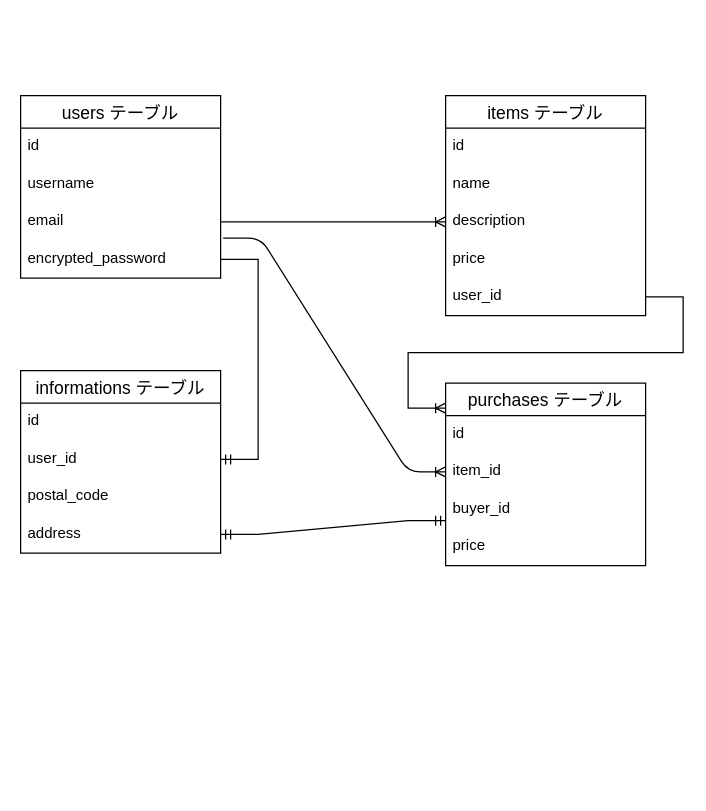
Above: er.dio in kjtkkjtk/furima-39521 (draw.io), before the change. Source tidied: cells renumbered, new cells numbered last; positions are measured from the earlier drawing's top-left corner, leaving out a move shared by most shapes. Both pictures are drawn from the tidied source at 125%, with x=0, y=0 at pixel (20, 95).
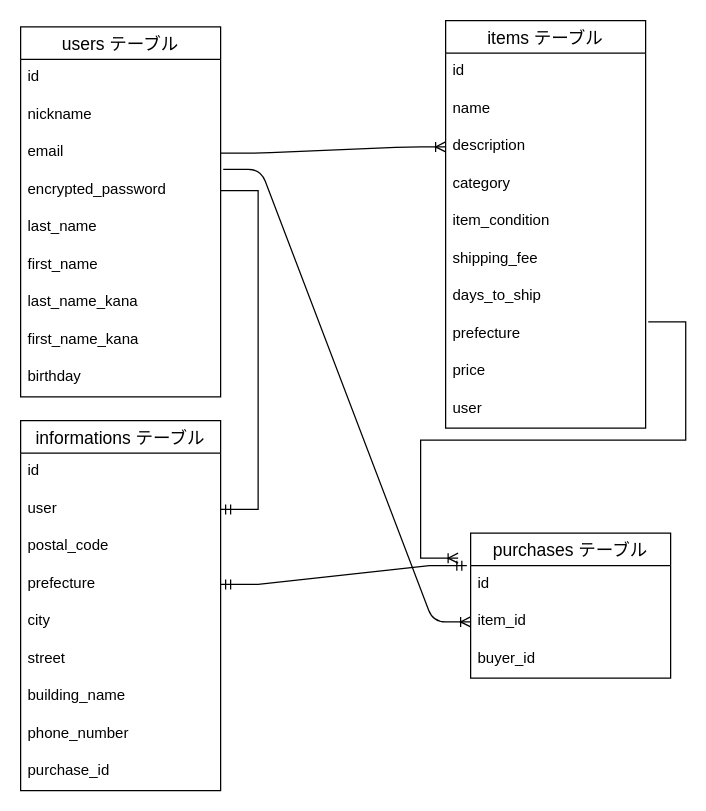
The same diagram, later.

Commit message (it also covers changes not shown here):
データベース設計の修正

Unchanged cells that the change refers to:
```xml
<mxCell id="15" value="id" style="text;strokeColor=none;fillColor=none;spacingLeft=4;spacingRight=4;overflow=hidden;points=[[0,0.5],[1,0.5]];portConstraint=eastwest;fontSize=12;" parent="14" vertex="1">
  <mxGeometry y="26" width="160" height="30" as="geometry" />
</mxCell>
```

Diff of the diagram source:
```diff
@@
     <mxCell id="2" value="users テーブル" style="swimlane;fontStyle=0;horizontal=1;startSize=26;align=center;fontSize=14;" parent="1" vertex="1">
-      <mxGeometry width="160" height="146" as="geometry" />
+      <mxGeometry y="-55" width="160" height="296" as="geometry" />
     </mxCell>
@@
-    <mxCell id="4" value="username" style="text;strokeColor=none;fillColor=none;spacingLeft=4;spacingRight=4;overflow=hidden;fontSize=12;" parent="2" vertex="1">
+    <mxCell id="4" value="nickname" style="text;strokeColor=none;fillColor=none;spacingLeft=4;spacingRight=4;overflow=hidden;fontSize=12;" parent="2" vertex="1">
       <mxGeometry y="56" width="160" height="30" as="geometry" />
     </mxCell>
@@
+    <mxCell id="28" value="last_name" style="text;strokeColor=none;fillColor=none;spacingLeft=4;spacingRight=4;overflow=hidden;fontSize=12;" parent="2" vertex="1">
+      <mxGeometry y="146" width="160" height="30" as="geometry" />
+    </mxCell>
+    <mxCell id="29" value="first_name" style="text;strokeColor=none;fillColor=none;spacingLeft=4;spacingRight=4;overflow=hidden;fontSize=12;" parent="2" vertex="1">
+      <mxGeometry y="176" width="160" height="30" as="geometry" />
+    </mxCell>
+    <mxCell id="30" value="last_name_kana" style="text;strokeColor=none;fillColor=none;spacingLeft=4;spacingRight=4;overflow=hidden;fontSize=12;" parent="2" vertex="1">
+      <mxGeometry y="206" width="160" height="30" as="geometry" />
+    </mxCell>
+    <mxCell id="31" value="first_name_kana" style="text;strokeColor=none;fillColor=none;spacingLeft=4;spacingRight=4;overflow=hidden;fontSize=12;" parent="2" vertex="1">
+      <mxGeometry y="236" width="160" height="30" as="geometry" />
+    </mxCell>
+    <mxCell id="32" value="birthday" style="text;strokeColor=none;fillColor=none;spacingLeft=4;spacingRight=4;overflow=hidden;fontSize=12;" parent="2" vertex="1">
+      <mxGeometry y="266" width="160" height="30" as="geometry" />
+    </mxCell>
@@
     <mxCell id="8" value="items テーブル" style="swimlane;fontStyle=0;horizontal=1;startSize=26;align=center;fontSize=14;" parent="1" vertex="1">
-      <mxGeometry x="340" width="160" height="176" as="geometry" />
+      <mxGeometry x="340" y="-60" width="160" height="326" as="geometry" />
     </mxCell>
@@
-    <mxCell id="12" value="price" style="text;strokeColor=none;fillColor=none;spacingLeft=4;spacingRight=4;overflow=hidden;fontSize=12;" parent="8" vertex="1">
+    <mxCell id="12" value="category" style="text;strokeColor=none;fillColor=none;spacingLeft=4;spacingRight=4;overflow=hidden;fontSize=12;" parent="8" vertex="1">
       <mxGeometry y="116" width="160" height="30" as="geometry" />
     </mxCell>
-    <mxCell id="13" value="user_id" style="text;strokeColor=none;fillColor=none;spacingLeft=4;spacingRight=4;overflow=hidden;points=[[0,0.5],[1,0.5]];portConstraint=eastwest;fontSize=12;" parent="8" vertex="1">
+    <mxCell id="13" value="item_condition" style="text;strokeColor=none;fillColor=none;spacingLeft=4;spacingRight=4;overflow=hidden;points=[[0,0.5],[1,0.5]];portConstraint=eastwest;fontSize=12;" parent="8" vertex="1">
       <mxGeometry y="146" width="160" height="30" as="geometry" />
     </mxCell>
+    <mxCell id="33" value="shipping_fee" style="text;strokeColor=none;fillColor=none;spacingLeft=4;spacingRight=4;overflow=hidden;fontSize=12;" parent="8" vertex="1">
+      <mxGeometry y="176" width="160" height="30" as="geometry" />
+    </mxCell>
+    <mxCell id="34" value="days_to_ship" style="text;strokeColor=none;fillColor=none;spacingLeft=4;spacingRight=4;overflow=hidden;fontSize=12;" parent="8" vertex="1">
+      <mxGeometry y="206" width="160" height="30" as="geometry" />
+    </mxCell>
+    <mxCell id="35" value="prefecture" style="text;strokeColor=none;fillColor=none;spacingLeft=4;spacingRight=4;overflow=hidden;points=[[0,0.5],[1,0.5]];portConstraint=eastwest;fontSize=12;" parent="8" vertex="1">
+      <mxGeometry y="236" width="160" height="30" as="geometry" />
+    </mxCell>
+    <mxCell id="18" value="price" style="text;strokeColor=none;fillColor=none;spacingLeft=4;spacingRight=4;overflow=hidden;fontSize=12;" parent="8" vertex="1">
+      <mxGeometry y="266" width="160" height="30" as="geometry" />
+    </mxCell>
+    <mxCell id="36" value="user" style="text;strokeColor=none;fillColor=none;spacingLeft=4;spacingRight=4;overflow=hidden;fontSize=12;" parent="8" vertex="1">
+      <mxGeometry y="296" width="160" height="30" as="geometry" />
+    </mxCell>
     <mxCell id="14" value="purchases テーブル" style="swimlane;fontStyle=0;horizontal=1;startSize=26;align=center;fontSize=14;" parent="1" vertex="1">
-      <mxGeometry x="340" y="230" width="160" height="146" as="geometry" />
+      <mxGeometry x="360" y="350" width="160" height="116" as="geometry" />
     </mxCell>
@@
-    <mxCell id="18" value="price" style="text;strokeColor=none;fillColor=none;spacingLeft=4;spacingRight=4;overflow=hidden;fontSize=12;" parent="14" vertex="1">
-      <mxGeometry y="116" width="160" height="30" as="geometry" />
-    </mxCell>
     <mxCell id="19" value="informations テーブル" style="swimlane;fontStyle=0;horizontal=1;startSize=26;align=center;fontSize=14;" parent="1" vertex="1">
-      <mxGeometry y="220" width="160" height="146" as="geometry" />
+      <mxGeometry y="260" width="160" height="296" as="geometry" />
     </mxCell>
@@
-    <mxCell id="21" value="user_id" style="text;strokeColor=none;fillColor=none;spacingLeft=4;spacingRight=4;overflow=hidden;points=[[0,0.5],[1,0.5]];portConstraint=eastwest;fontSize=12;" parent="19" vertex="1">
+    <mxCell id="21" value="user" style="text;strokeColor=none;fillColor=none;spacingLeft=4;spacingRight=4;overflow=hidden;points=[[0,0.5],[1,0.5]];portConstraint=eastwest;fontSize=12;" parent="19" vertex="1">
       <mxGeometry y="56" width="160" height="30" as="geometry" />
     </mxCell>
@@
-    <mxCell id="23" value="address" style="text;strokeColor=none;fillColor=none;spacingLeft=4;spacingRight=4;overflow=hidden;points=[[0,0.5],[1,0.5]];portConstraint=eastwest;fontSize=12;" parent="19" vertex="1">
+    <mxCell id="23" value="prefecture" style="text;strokeColor=none;fillColor=none;spacingLeft=4;spacingRight=4;overflow=hidden;points=[[0,0.5],[1,0.5]];portConstraint=eastwest;fontSize=12;" parent="19" vertex="1">
       <mxGeometry y="116" width="160" height="30" as="geometry" />
     </mxCell>
+    <mxCell id="37" value="city" style="text;strokeColor=none;fillColor=none;spacingLeft=4;spacingRight=4;overflow=hidden;fontSize=12;" parent="19" vertex="1">
+      <mxGeometry y="146" width="160" height="30" as="geometry" />
+    </mxCell>
+    <mxCell id="38" value="street" style="text;strokeColor=none;fillColor=none;spacingLeft=4;spacingRight=4;overflow=hidden;fontSize=12;" parent="19" vertex="1">
+      <mxGeometry y="176" width="160" height="30" as="geometry" />
+    </mxCell>
+    <mxCell id="39" value="building_name" style="text;strokeColor=none;fillColor=none;spacingLeft=4;spacingRight=4;overflow=hidden;fontSize=12;" parent="19" vertex="1">
+      <mxGeometry y="206" width="160" height="30" as="geometry" />
+    </mxCell>
+    <mxCell id="40" value="phone_number" style="text;strokeColor=none;fillColor=none;spacingLeft=4;spacingRight=4;overflow=hidden;fontSize=12;" parent="19" vertex="1">
+      <mxGeometry y="236" width="160" height="30" as="geometry" />
+    </mxCell>
+    <mxCell id="41" value="purchase_id" style="text;strokeColor=none;fillColor=none;spacingLeft=4;spacingRight=4;overflow=hidden;fontSize=12;" parent="19" vertex="1">
+      <mxGeometry y="266" width="160" height="30" as="geometry" />
+    </mxCell>
@@
-    <mxCell id="26" style="edgeStyle=entityRelationEdgeStyle;fontSize=12;html=1;endArrow=ERoneToMany;rounded=0;exitX=1;exitY=0.5;exitDx=0;exitDy=0;" parent="1" edge="1" source="13">
+    <mxCell id="26" style="edgeStyle=entityRelationEdgeStyle;fontSize=12;html=1;endArrow=ERoneToMany;rounded=0;exitX=1.013;exitY=0.167;exitDx=0;exitDy=0;exitPerimeter=0;" parent="1" edge="1" source="35">
       <mxGeometry relative="1" as="geometry">
-        <mxPoint x="340" y="250" as="targetPoint" />
+        <mxPoint x="350" y="370" as="targetPoint" />
       </mxGeometry>
     </mxCell>
-    <mxCell id="27" style="edgeStyle=entityRelationEdgeStyle;fontSize=12;html=1;endArrow=ERmandOne;startArrow=ERmandOne;rounded=0;exitX=1;exitY=0.5;exitDx=0;exitDy=0;" parent="1" edge="1" source="23">
-      <mxGeometry relative="1" as="geometry">
-        <mxPoint x="340" y="340" as="targetPoint" />
-      </mxGeometry>
+    <mxCell id="27" style="edgeStyle=entityRelationEdgeStyle;fontSize=12;html=1;endArrow=ERmandOne;startArrow=ERmandOne;rounded=0;exitX=1;exitY=0.5;exitDx=0;exitDy=0;entryX=-0.019;entryY=0;entryDx=0;entryDy=0;entryPerimeter=0;" parent="1" edge="1" source="23" target="15">
+      <mxGeometry relative="1" as="geometry" />
     </mxCell>
```
